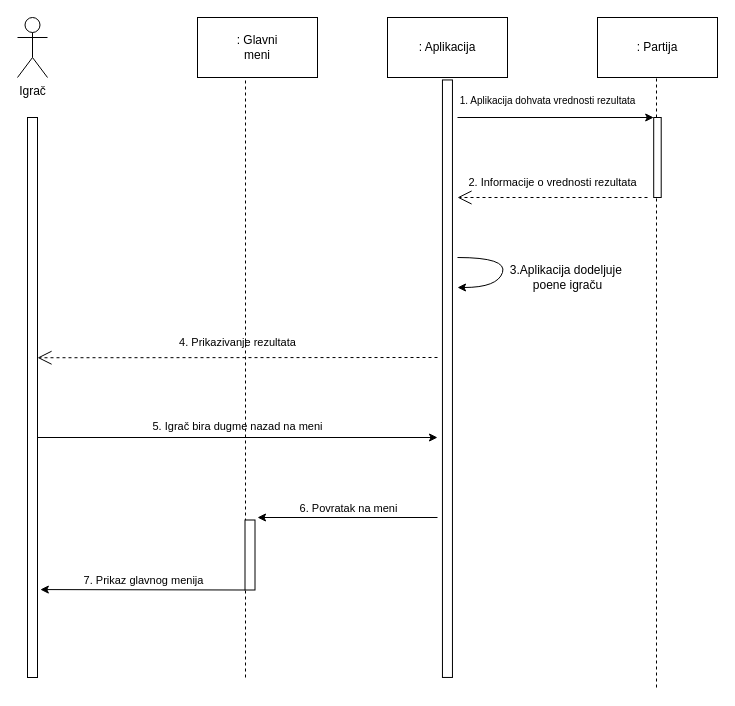
The draw.io diagram vezbe/prikazivanje_rezultata.drawio in natasablagojevic/rs, before the edit. Source tidied: cells renumbered, new cells numbered last; positions are measured from the earlier drawing's top-left corner, leaving out a move shared by most shapes. Both pictures are drawn from the tidied source at 100%, with x=0, y=0 at pixel (-248, 17).
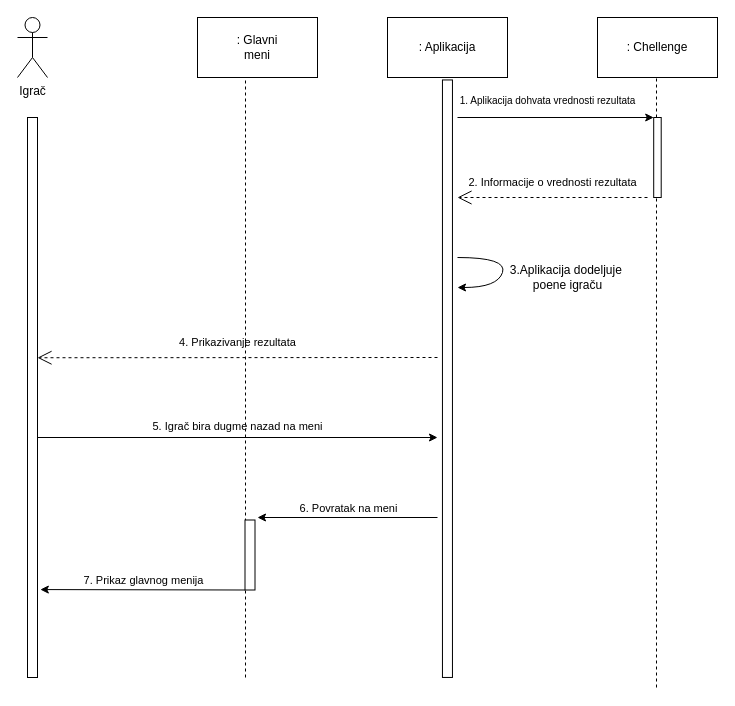
The same diagram, later.

What changed in the source:
```diff
@@
-    <mxCell id="5" value=": Partija" style="rounded=0;whiteSpace=wrap;html=1;labelBackgroundColor=none;" parent="1" vertex="1">
+    <mxCell id="5" value=": Chellenge" style="rounded=0;whiteSpace=wrap;html=1;labelBackgroundColor=none;" parent="1" vertex="1">
       <mxGeometry x="845" width="120" height="60" as="geometry" />
     </mxCell>
```
